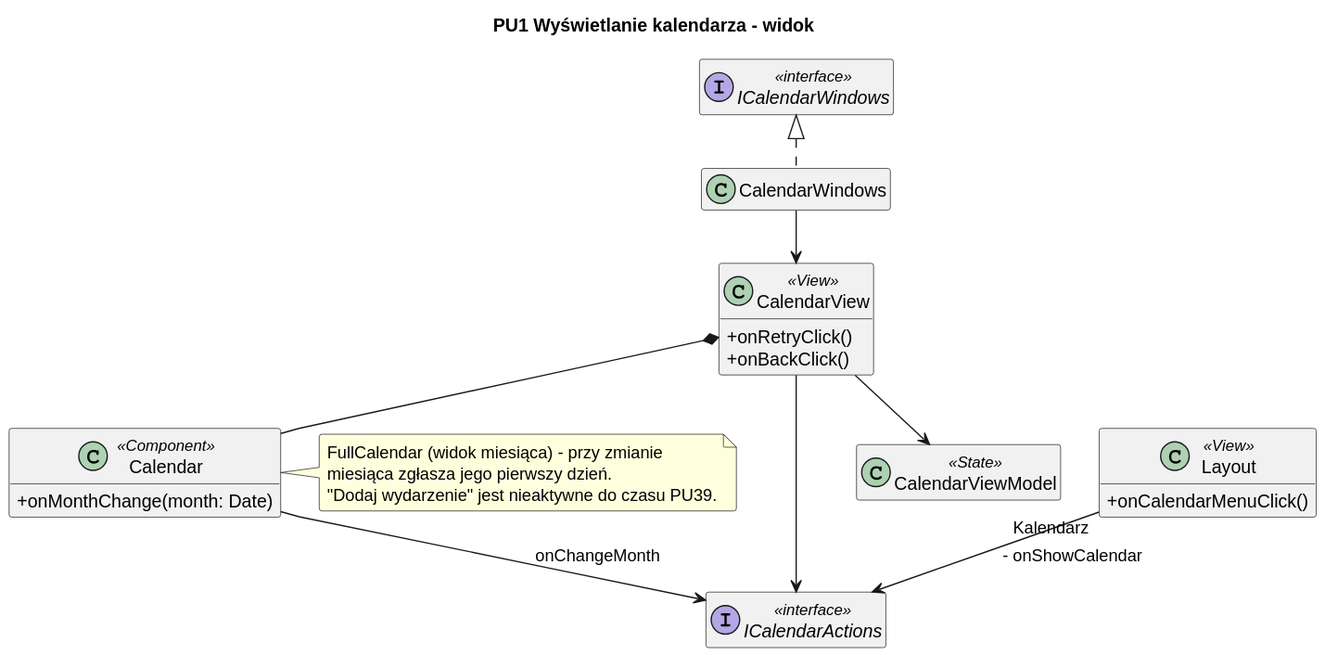
Before: diagrams/frontend/rendered/calendar-view.svg, a diagram exported from PlantUML (Igor-Ochocki/POP-2026Z).
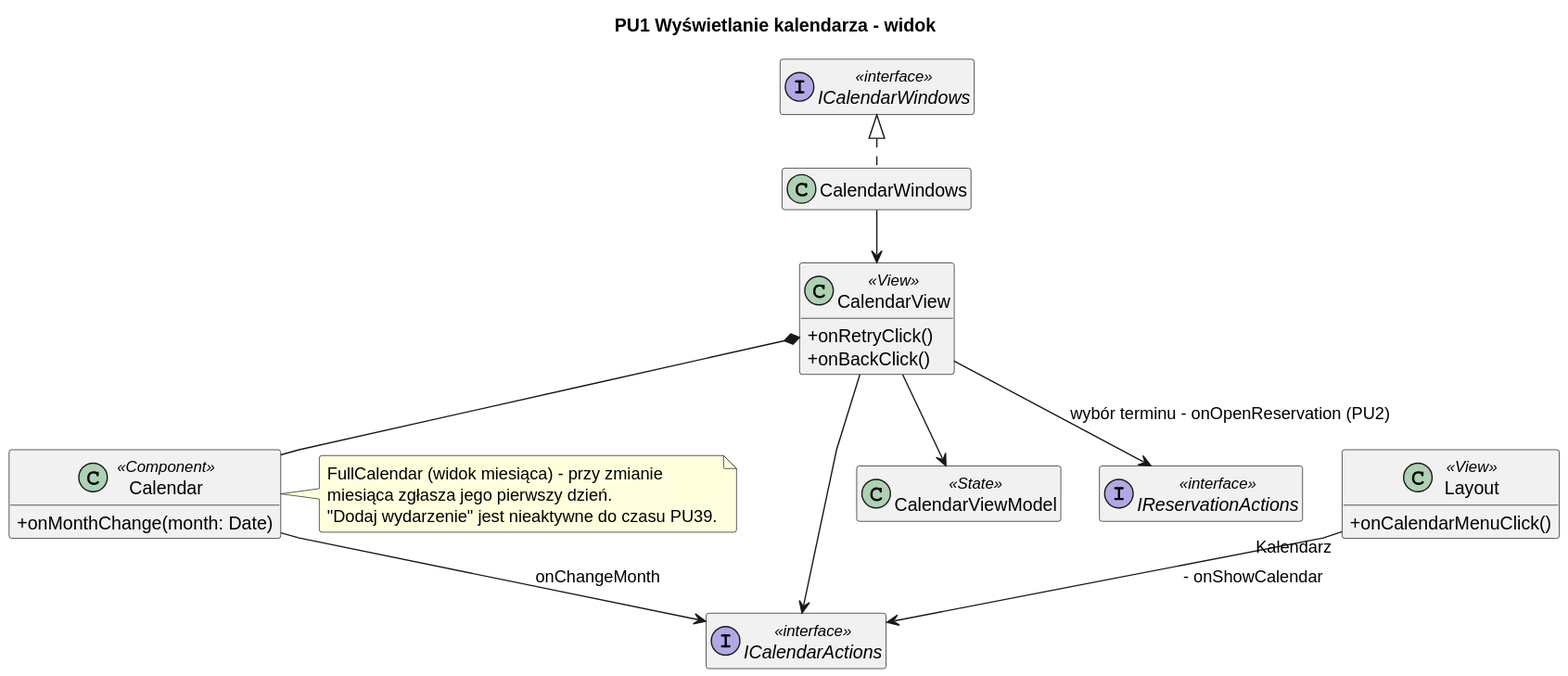
After the commit.

Diff of the diagram source:
```diff
@@ -37,6 +37,9 @@
 CalendarView --> CalendarViewModel
 Calendar --> ICalendarActions : onChangeMonth
 
+interface IReservationActions <<interface>>
+CalendarView --> IReservationActions : wybór terminu - onOpenReservation (PU2)
+
 note right of Calendar
     FullCalendar (widok miesiąca) - przy zmianie
     miesiąca zgłasza jego pierwszy dzień.
```
